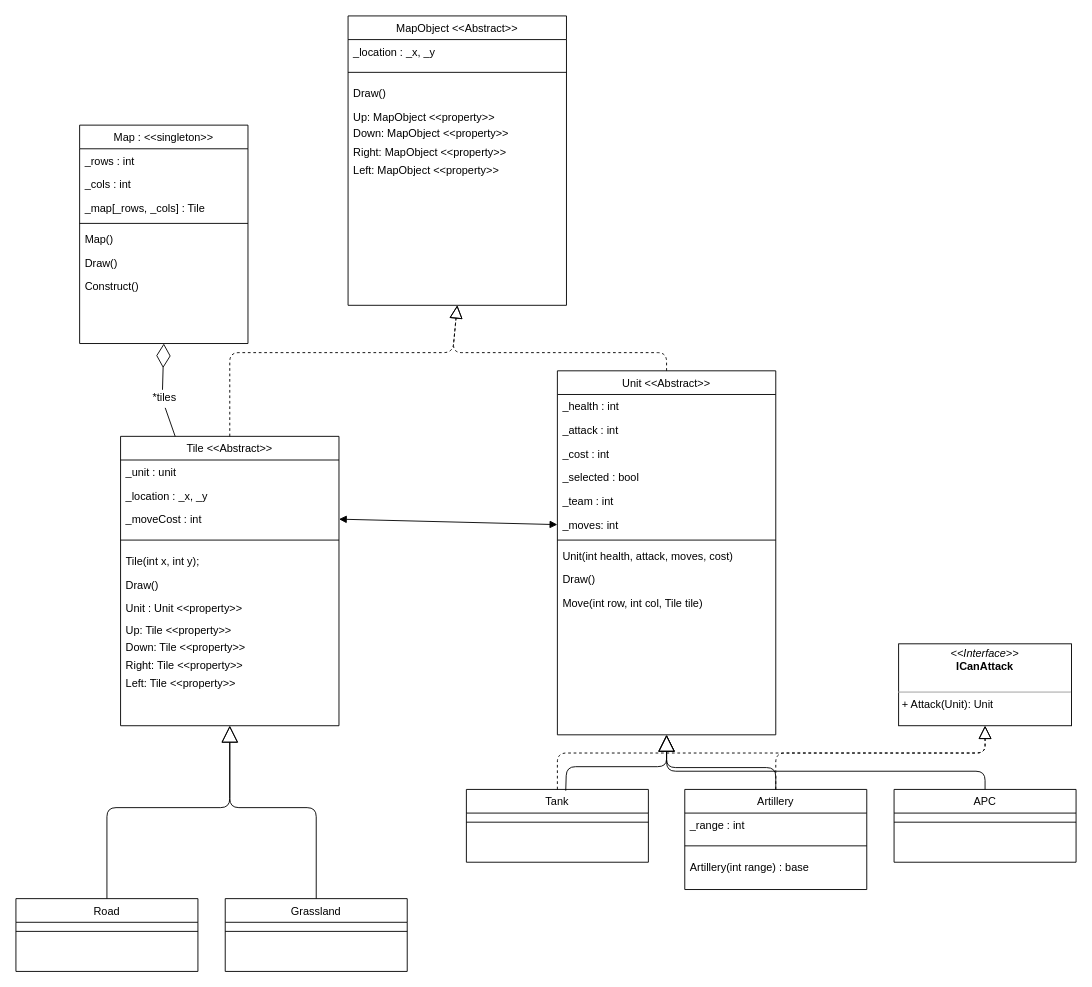
Earlier version of the draw.io diagram CreditTask6.2/AdvanceWarsUML.drawio (Panzer04/COS20007). Source tidied: cells renumbered, new cells numbered last; positions are measured from the earlier drawing's top-left corner, leaving out a move shared by most shapes. Both pictures are drawn from the tidied source at 91%, with x=0, y=0 at pixel (15, 15).
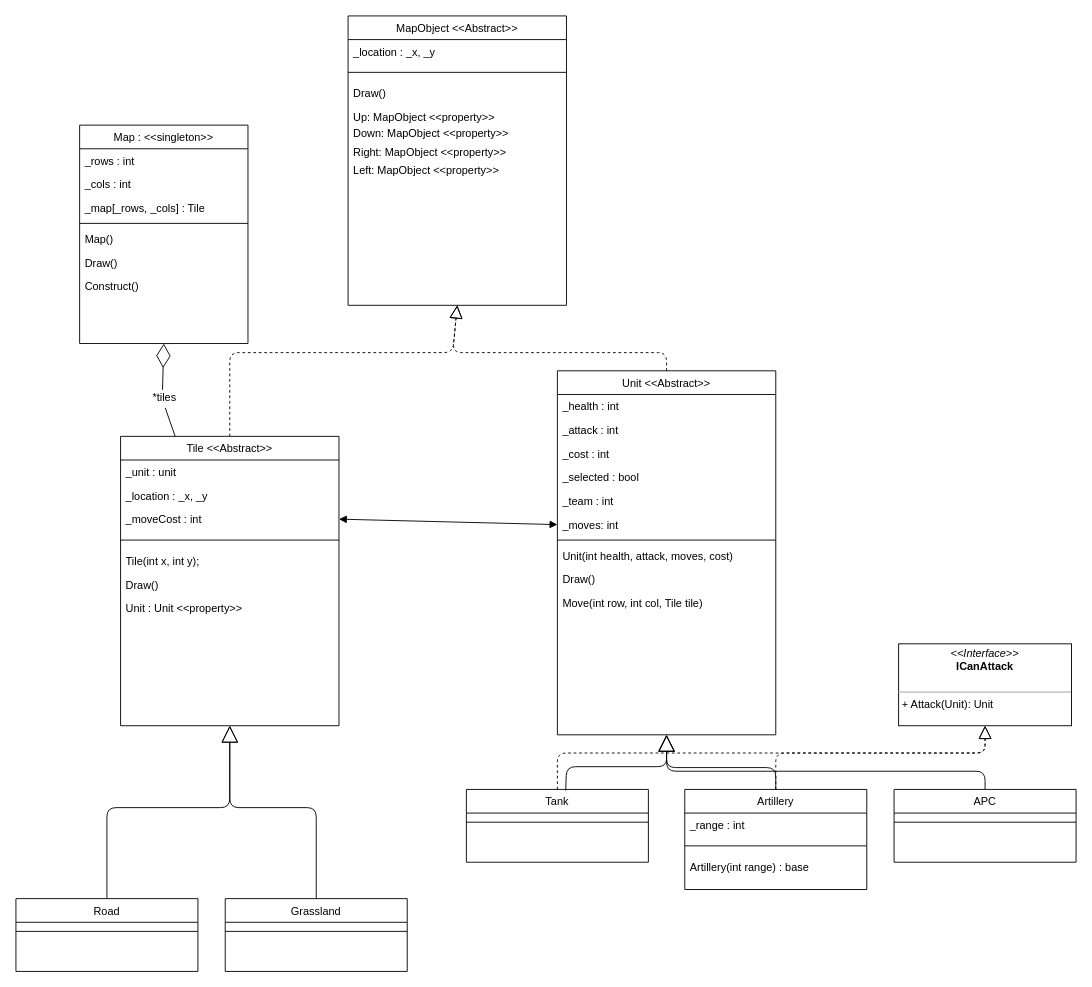
The same diagram, later.

Unchanged cells that the change refers to:
```xml
<mxCell id="10" value="Tile &lt;&lt;Abstract&gt;&gt;" style="swimlane;fontStyle=0;align=center;verticalAlign=top;horizontal=1;startSize=26;rounded=0;shadow=0;strokeWidth=1;" parent="1" vertex="1">
  <mxGeometry x="115" y="462" width="240" height="318" as="geometry" />
</mxCell>
```

The edit, as a diff of the source:
```diff
@@
-    <mxCell id="18" value="Up: Tile &lt;&lt;property&gt;&gt;" style="text;align=left;verticalAlign=top;spacingLeft=4;spacingRight=4;overflow=hidden;rounded=0;shadow=0;html=0;" parent="10" vertex="1">
-      <mxGeometry y="200" width="240" height="18" as="geometry" />
-    </mxCell>
-    <mxCell id="19" value="Down: Tile &lt;&lt;property&gt;&gt;" style="text;align=left;verticalAlign=top;spacingLeft=4;spacingRight=4;overflow=hidden;rounded=0;shadow=0;html=0;" parent="10" vertex="1">
-      <mxGeometry y="218" width="240" height="20" as="geometry" />
-    </mxCell>
-    <mxCell id="20" value="Right: Tile &lt;&lt;property&gt;&gt;" style="text;align=left;verticalAlign=top;spacingLeft=4;spacingRight=4;overflow=hidden;rounded=0;shadow=0;html=0;" parent="10" vertex="1">
-      <mxGeometry y="238" width="240" height="20" as="geometry" />
-    </mxCell>
-    <mxCell id="21" value="Left: Tile &lt;&lt;property&gt;&gt;" style="text;align=left;verticalAlign=top;spacingLeft=4;spacingRight=4;overflow=hidden;rounded=0;shadow=0;html=0;" parent="10" vertex="1">
-      <mxGeometry y="258" width="240" height="20" as="geometry" />
-    </mxCell>
```
